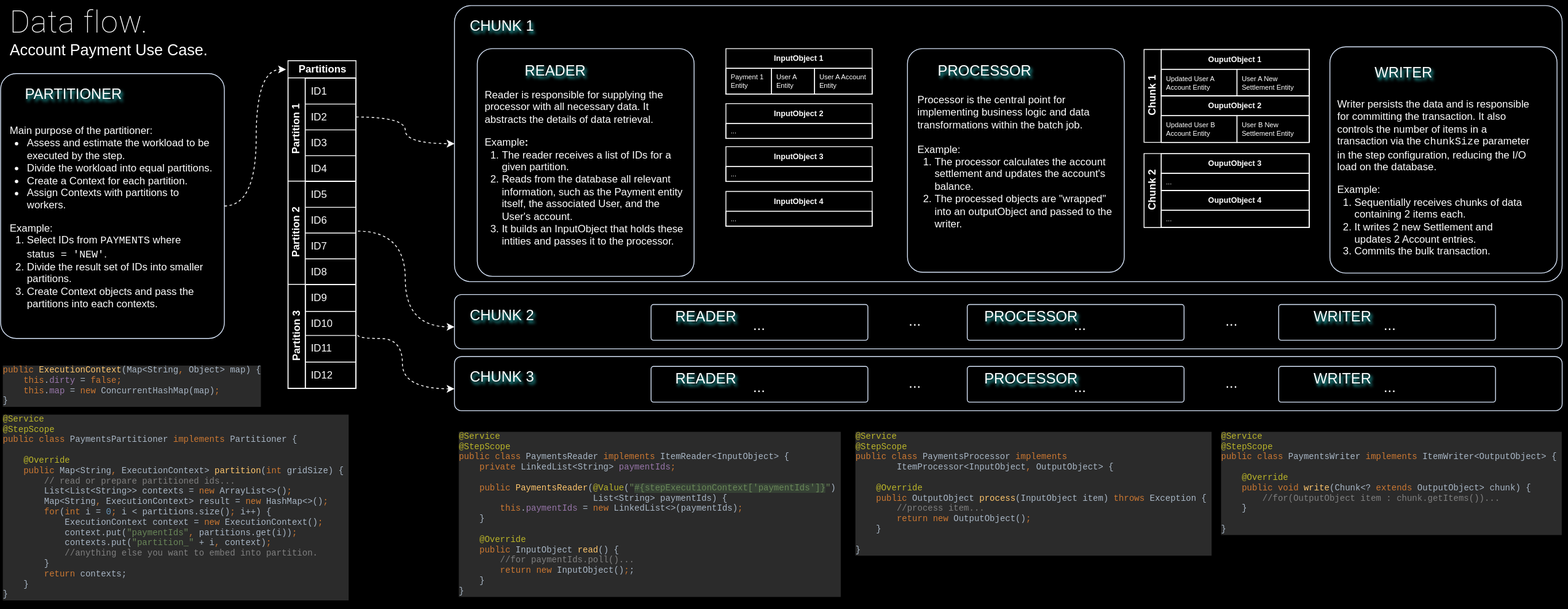
gsaukov/spring-batch-demo keeps this draw.io diagram as public/images/spring-batch-data-flow.drawio.svg. Above is the earlier version. Source tidied: cells renumbered, new cells last; positions are measured from the earlier drawing's top-left corner, leaving out a move shared by most shapes.
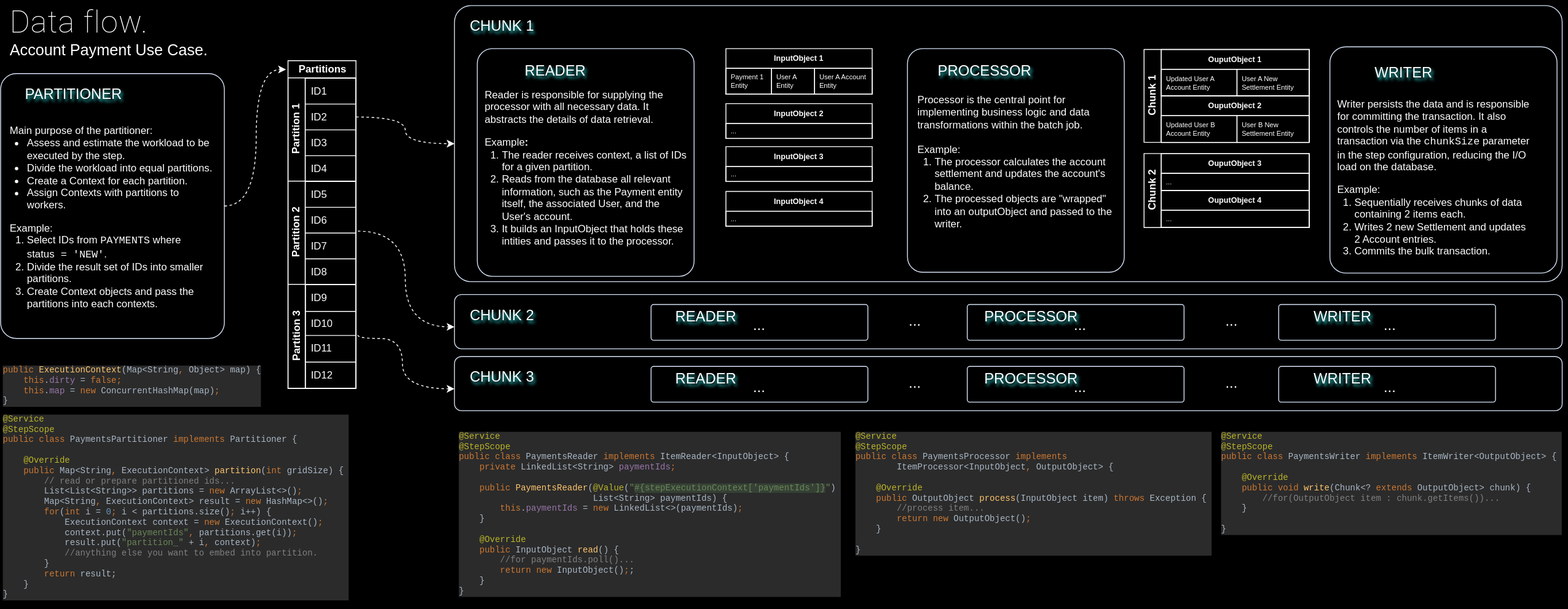
Above is the later version.

Diff of the diagram source:
```diff
@@ -34,3 +34,3 @@
     </mxCell>
-    <mxCell id="12" value="&lt;p style=&quot;margin-top: 0px; margin-bottom: 0px;&quot;&gt;&lt;span style=&quot;background-color: initial;&quot;&gt;Writer persists the data and is responsible for committing the transaction. It also controls the number of items in a transaction via the &lt;/span&gt;&lt;code style=&quot;background-color: initial;&quot;&gt;chunkSize&lt;/code&gt;&lt;span style=&quot;background-color: initial;&quot;&gt; parameter in the step configuration, reducing the I/O load on the database.&lt;/span&gt;&lt;br&gt;&lt;/p&gt;&lt;p style=&quot;margin-bottom: 0px;&quot;&gt;Example:&lt;/p&gt;&lt;ol style=&quot;padding-left: 20px; margin-top: 0px; margin-bottom: 0px;&quot;&gt;&lt;li&gt;Sequentially receives chunks of data containing 2 items each.&lt;/li&gt;&lt;li&gt;It writes 2 new Settlement and updates 2 Account entries.&lt;/li&gt;&lt;li&gt;Commits the bulk transaction.&lt;/li&gt;&lt;/ol&gt;" style="text;html=1;whiteSpace=wrap;overflow=hidden;rounded=0;fontColor=#FFFFFF;spacing=0;" parent="1" vertex="1">
+    <mxCell id="12" value="&lt;p style=&quot;margin-top: 0px; margin-bottom: 0px;&quot;&gt;&lt;span style=&quot;background-color: initial;&quot;&gt;Writer persists the data and is responsible for committing the transaction. It also controls the number of items in a transaction via the &lt;/span&gt;&lt;code style=&quot;background-color: initial;&quot;&gt;chunkSize&lt;/code&gt;&lt;span style=&quot;background-color: initial;&quot;&gt; parameter in the step configuration, reducing the I/O load on the database.&lt;/span&gt;&lt;br&gt;&lt;/p&gt;&lt;p style=&quot;margin-bottom: 0px;&quot;&gt;Example:&lt;/p&gt;&lt;ol style=&quot;padding-left: 20px; margin-top: 0px; margin-bottom: 0px;&quot;&gt;&lt;li&gt;Sequentially receives chunks of data containing 2 items each.&lt;/li&gt;&lt;li&gt;Writes 2 new Settlement and updates 2 Account entries.&lt;/li&gt;&lt;li&gt;Commits the bulk transaction.&lt;/li&gt;&lt;/ol&gt;" style="text;html=1;whiteSpace=wrap;overflow=hidden;rounded=0;fontColor=#FFFFFF;spacing=0;" parent="1" vertex="1">
       <mxGeometry x="1554" y="109" width="222" height="200" as="geometry" />
@@ -157,3 +157,3 @@
     </mxCell>
-    <mxCell id="53" value="&lt;p&gt;Reader is responsible for supplying the processor with all necessary data. It abstracts the details of data retrieval.&lt;/p&gt;&lt;p style=&quot;margin-top: 0px; margin-bottom: 0px;&quot;&gt;Example&lt;strong&gt;:&lt;/strong&gt;&lt;/p&gt;&lt;ol style=&quot;padding-left: 20px; margin-top: 0px;&quot;&gt;&lt;li&gt;The reader receives a list of IDs for a given partition.&lt;/li&gt;&lt;li&gt;Reads from the database all relevant information, such as the Payment entity itself, the associated User, and the User's account.&amp;nbsp;&lt;/li&gt;&lt;li&gt;It builds an InputObject&amp;nbsp;that holds these intities and passes it to the processor.&lt;/li&gt;&lt;/ol&gt;" style="text;html=1;whiteSpace=wrap;overflow=hidden;rounded=0;fontColor=#FFFFFF;spacing=0;" parent="50" vertex="1">
+    <mxCell id="53" value="&lt;p&gt;Reader is responsible for supplying the processor with all necessary data. It abstracts the details of data retrieval.&lt;/p&gt;&lt;p style=&quot;margin-top: 0px; margin-bottom: 0px;&quot;&gt;Example&lt;strong&gt;:&lt;/strong&gt;&lt;/p&gt;&lt;ol style=&quot;padding-left: 20px; margin-top: 0px;&quot;&gt;&lt;li&gt;The reader receives context, a list of IDs for a given partition.&lt;/li&gt;&lt;li&gt;Reads from the database all relevant information, such as the Payment entity itself, the associated User, and the User's account.&amp;nbsp;&lt;/li&gt;&lt;li&gt;It builds an InputObject&amp;nbsp;that holds these intities and passes it to the processor.&lt;/li&gt;&lt;/ol&gt;" style="text;html=1;whiteSpace=wrap;overflow=hidden;rounded=0;fontColor=#FFFFFF;spacing=0;" parent="50" vertex="1">
       <mxGeometry x="9" y="30" width="234" height="228" as="geometry" />
@@ -285,3 +285,3 @@
     </mxCell>
-    <mxCell id="93" value="&lt;div style=&quot;background-color: rgb(43, 43, 43); color: rgb(169, 183, 198); font-size: 10px;&quot;&gt;&lt;pre style=&quot;font-family: &amp;quot;JetBrains Mono&amp;quot;, monospace; font-size: 10px;&quot;&gt;&lt;span style=&quot;color: rgb(187, 181, 41); font-size: 10px;&quot;&gt;@Service&lt;br style=&quot;font-size: 10px;&quot;&gt;&lt;/span&gt;&lt;span style=&quot;color: rgb(187, 181, 41); font-size: 10px;&quot;&gt;@StepScope&lt;br style=&quot;font-size: 10px;&quot;&gt;&lt;/span&gt;&lt;span style=&quot;color: rgb(204, 120, 50); font-size: 10px;&quot;&gt;public class &lt;/span&gt;PaymentsPartitioner &lt;span style=&quot;color: rgb(204, 120, 50); font-size: 10px;&quot;&gt;implements &lt;/span&gt;Partitioner {&lt;br style=&quot;font-size: 10px;&quot;&gt;&lt;br style=&quot;font-size: 10px;&quot;&gt;    &lt;span style=&quot;color: rgb(187, 181, 41); font-size: 10px;&quot;&gt;@Override&lt;br style=&quot;font-size: 10px;&quot;&gt;&lt;/span&gt;&lt;span style=&quot;color: rgb(187, 181, 41); font-size: 10px;&quot;&gt;    &lt;/span&gt;&lt;span style=&quot;color: rgb(204, 120, 50); font-size: 10px;&quot;&gt;public &lt;/span&gt;Map&amp;lt;String&lt;span style=&quot;color: rgb(204, 120, 50); font-size: 10px;&quot;&gt;, &lt;/span&gt;ExecutionContext&amp;gt; &lt;span style=&quot;color: rgb(255, 198, 109); font-size: 10px;&quot;&gt;partition&lt;/span&gt;(&lt;span style=&quot;color: rgb(204, 120, 50); font-size: 10px;&quot;&gt;int &lt;/span&gt;gridSize) { &lt;br style=&quot;font-size: 10px;&quot;&gt;        &lt;span style=&quot;color: rgb(128, 128, 128); font-size: 10px;&quot;&gt;// read or prepare partitioned ids...&lt;br style=&quot;font-size: 10px;&quot;&gt;&lt;/span&gt;&lt;span style=&quot;color: rgb(128, 128, 128); font-size: 10px;&quot;&gt;        &lt;/span&gt;List&amp;lt;List&amp;lt;String&amp;gt;&amp;gt; contexts = &lt;span style=&quot;color: rgb(204, 120, 50); font-size: 10px;&quot;&gt;new &lt;/span&gt;ArrayList&amp;lt;&amp;gt;()&lt;span style=&quot;color: rgb(204, 120, 50); font-size: 10px;&quot;&gt;; &lt;br style=&quot;font-size: 10px;&quot;&gt;&lt;/span&gt;&lt;span style=&quot;color: rgb(204, 120, 50); font-size: 10px;&quot;&gt;        &lt;/span&gt;Map&amp;lt;String&lt;span style=&quot;color: rgb(204, 120, 50); font-size: 10px;&quot;&gt;, &lt;/span&gt;ExecutionContext&amp;gt; result = &lt;span style=&quot;color: rgb(204, 120, 50); font-size: 10px;&quot;&gt;new &lt;/span&gt;HashMap&amp;lt;&amp;gt;()&lt;span style=&quot;color: rgb(204, 120, 50); font-size: 10px;&quot;&gt;;&lt;br style=&quot;font-size: 10px;&quot;&gt;&lt;/span&gt;&lt;span style=&quot;color: rgb(204, 120, 50); font-size: 10px;&quot;&gt;        for&lt;/span&gt;(&lt;span style=&quot;color: rgb(204, 120, 50); font-size: 10px;&quot;&gt;int &lt;/span&gt;i = &lt;span style=&quot;color: rgb(104, 151, 187); font-size: 10px;&quot;&gt;0&lt;/span&gt;&lt;span style=&quot;color: rgb(204, 120, 50); font-size: 10px;&quot;&gt;; &lt;/span&gt;i &amp;lt; partitions.size()&lt;span style=&quot;color: rgb(204, 120, 50); font-size: 10px;&quot;&gt;; &lt;/span&gt;i++) {&lt;br style=&quot;font-size: 10px;&quot;&gt;            ExecutionContext context = &lt;span style=&quot;color: rgb(204, 120, 50); font-size: 10px;&quot;&gt;new &lt;/span&gt;ExecutionContext()&lt;span style=&quot;color: rgb(204, 120, 50); font-size: 10px;&quot;&gt;;&lt;br style=&quot;font-size: 10px;&quot;&gt;&lt;/span&gt;&lt;span style=&quot;color: rgb(204, 120, 50); font-size: 10px;&quot;&gt;            &lt;/span&gt;context.put(&lt;span style=&quot;color: rgb(106, 135, 89); font-size: 10px;&quot;&gt;&quot;paymentIds&quot;&lt;/span&gt;&lt;span style=&quot;color: rgb(204, 120, 50); font-size: 10px;&quot;&gt;, &lt;/span&gt;partitions.get(i))&lt;span style=&quot;color: rgb(204, 120, 50); font-size: 10px;&quot;&gt;;&lt;br style=&quot;font-size: 10px;&quot;&gt;&lt;/span&gt;&lt;span style=&quot;color: rgb(204, 120, 50); font-size: 10px;&quot;&gt;            &lt;/span&gt;contexts.put(&lt;span style=&quot;white-space: normal; color: rgb(106, 135, 89); font-size: 10px;&quot;&gt;&quot;partition_&quot; &lt;/span&gt;&lt;span style=&quot;white-space: normal; font-size: 10px;&quot;&gt;+ i&lt;/span&gt;&lt;span style=&quot;white-space: normal; color: rgb(204, 120, 50); font-size: 10px;&quot;&gt;, &lt;/span&gt;&lt;span style=&quot;white-space: normal; font-size: 10px;&quot;&gt;context)&lt;/span&gt;&lt;span style=&quot;white-space: normal; color: rgb(204, 120, 50); font-size: 10px;&quot;&gt;;&lt;/span&gt;&lt;br style=&quot;font-size: 10px;&quot;&gt;&lt;span style=&quot;color: rgb(204, 120, 50); font-size: 10px;&quot;&gt;            &lt;/span&gt;&lt;span style=&quot;color: rgb(128, 128, 128); font-size: 10px;&quot;&gt;//anything else you want to embed into partition.&lt;br style=&quot;font-size: 10px;&quot;&gt;&lt;/span&gt;&lt;span style=&quot;color: rgb(128, 128, 128); font-size: 10px;&quot;&gt;        &lt;/span&gt;}&lt;br style=&quot;font-size: 10px;&quot;&gt;        &lt;span style=&quot;color: rgb(204, 120, 50); font-size: 10px;&quot;&gt;return &lt;/span&gt;contexts;&lt;br style=&quot;font-size: 10px;&quot;&gt;&lt;span style=&quot;color: rgb(204, 120, 50); font-size: 10px;&quot;&gt;    &lt;/span&gt;}&lt;br style=&quot;font-size: 10px;&quot;&gt;}&lt;/pre&gt;&lt;/div&gt;" style="text;whiteSpace=wrap;html=1;fontSize=10;" parent="1" vertex="1">
+    <mxCell id="93" value="&lt;div style=&quot;background-color: rgb(43, 43, 43); color: rgb(169, 183, 198); font-size: 10px;&quot;&gt;&lt;pre style=&quot;font-family: &amp;quot;JetBrains Mono&amp;quot;, monospace; font-size: 10px;&quot;&gt;&lt;span style=&quot;color: rgb(187, 181, 41); font-size: 10px;&quot;&gt;@Service&lt;br style=&quot;font-size: 10px;&quot;&gt;&lt;/span&gt;&lt;span style=&quot;color: rgb(187, 181, 41); font-size: 10px;&quot;&gt;@StepScope&lt;br style=&quot;font-size: 10px;&quot;&gt;&lt;/span&gt;&lt;span style=&quot;color: rgb(204, 120, 50); font-size: 10px;&quot;&gt;public class &lt;/span&gt;PaymentsPartitioner &lt;span style=&quot;color: rgb(204, 120, 50); font-size: 10px;&quot;&gt;implements &lt;/span&gt;Partitioner {&lt;br style=&quot;font-size: 10px;&quot;&gt;&lt;br style=&quot;font-size: 10px;&quot;&gt;    &lt;span style=&quot;color: rgb(187, 181, 41); font-size: 10px;&quot;&gt;@Override&lt;br style=&quot;font-size: 10px;&quot;&gt;&lt;/span&gt;&lt;span style=&quot;color: rgb(187, 181, 41); font-size: 10px;&quot;&gt;    &lt;/span&gt;&lt;span style=&quot;color: rgb(204, 120, 50); font-size: 10px;&quot;&gt;public &lt;/span&gt;Map&amp;lt;String&lt;span style=&quot;color: rgb(204, 120, 50); font-size: 10px;&quot;&gt;, &lt;/span&gt;ExecutionContext&amp;gt; &lt;span style=&quot;color: rgb(255, 198, 109); font-size: 10px;&quot;&gt;partition&lt;/span&gt;(&lt;span style=&quot;color: rgb(204, 120, 50); font-size: 10px;&quot;&gt;int &lt;/span&gt;gridSize) { &lt;br style=&quot;font-size: 10px;&quot;&gt;        &lt;span style=&quot;color: rgb(128, 128, 128); font-size: 10px;&quot;&gt;// read or prepare partitioned ids...&lt;br style=&quot;font-size: 10px;&quot;&gt;&lt;/span&gt;&lt;span style=&quot;color: rgb(128, 128, 128); font-size: 10px;&quot;&gt;        &lt;/span&gt;List&amp;lt;List&amp;lt;String&amp;gt;&amp;gt; partitions = &lt;span style=&quot;color: rgb(204, 120, 50); font-size: 10px;&quot;&gt;new &lt;/span&gt;ArrayList&amp;lt;&amp;gt;()&lt;span style=&quot;color: rgb(204, 120, 50); font-size: 10px;&quot;&gt;; &lt;br style=&quot;font-size: 10px;&quot;&gt;&lt;/span&gt;&lt;span style=&quot;color: rgb(204, 120, 50); font-size: 10px;&quot;&gt;        &lt;/span&gt;Map&amp;lt;String&lt;span style=&quot;color: rgb(204, 120, 50); font-size: 10px;&quot;&gt;, &lt;/span&gt;ExecutionContext&amp;gt; result = &lt;span style=&quot;color: rgb(204, 120, 50); font-size: 10px;&quot;&gt;new &lt;/span&gt;HashMap&amp;lt;&amp;gt;()&lt;span style=&quot;color: rgb(204, 120, 50); font-size: 10px;&quot;&gt;;&lt;br style=&quot;font-size: 10px;&quot;&gt;&lt;/span&gt;&lt;span style=&quot;color: rgb(204, 120, 50); font-size: 10px;&quot;&gt;        for&lt;/span&gt;(&lt;span style=&quot;color: rgb(204, 120, 50); font-size: 10px;&quot;&gt;int &lt;/span&gt;i = &lt;span style=&quot;color: rgb(104, 151, 187); font-size: 10px;&quot;&gt;0&lt;/span&gt;&lt;span style=&quot;color: rgb(204, 120, 50); font-size: 10px;&quot;&gt;; &lt;/span&gt;i &amp;lt; partitions.size()&lt;span style=&quot;color: rgb(204, 120, 50); font-size: 10px;&quot;&gt;; &lt;/span&gt;i++) {&lt;br style=&quot;font-size: 10px;&quot;&gt;            ExecutionContext context = &lt;span style=&quot;color: rgb(204, 120, 50); font-size: 10px;&quot;&gt;new &lt;/span&gt;ExecutionContext()&lt;span style=&quot;color: rgb(204, 120, 50); font-size: 10px;&quot;&gt;;&lt;br style=&quot;font-size: 10px;&quot;&gt;&lt;/span&gt;&lt;span style=&quot;color: rgb(204, 120, 50); font-size: 10px;&quot;&gt;            &lt;/span&gt;context.put(&lt;span style=&quot;color: rgb(106, 135, 89); font-size: 10px;&quot;&gt;&quot;paymentIds&quot;&lt;/span&gt;&lt;span style=&quot;color: rgb(204, 120, 50); font-size: 10px;&quot;&gt;, &lt;/span&gt;partitions.get(i))&lt;span style=&quot;color: rgb(204, 120, 50); font-size: 10px;&quot;&gt;;&lt;br style=&quot;font-size: 10px;&quot;&gt;&lt;/span&gt;&lt;span style=&quot;color: rgb(204, 120, 50); font-size: 10px;&quot;&gt;            &lt;/span&gt;result.put(&lt;span style=&quot;white-space: normal; color: rgb(106, 135, 89); font-size: 10px;&quot;&gt;&quot;partition_&quot; &lt;/span&gt;&lt;span style=&quot;white-space: normal; font-size: 10px;&quot;&gt;+ i&lt;/span&gt;&lt;span style=&quot;white-space: normal; color: rgb(204, 120, 50); font-size: 10px;&quot;&gt;, &lt;/span&gt;&lt;span style=&quot;white-space: normal; font-size: 10px;&quot;&gt;context)&lt;/span&gt;&lt;span style=&quot;white-space: normal; color: rgb(204, 120, 50); font-size: 10px;&quot;&gt;;&lt;/span&gt;&lt;br style=&quot;font-size: 10px;&quot;&gt;&lt;span style=&quot;color: rgb(204, 120, 50); font-size: 10px;&quot;&gt;            &lt;/span&gt;&lt;span style=&quot;color: rgb(128, 128, 128); font-size: 10px;&quot;&gt;//anything else you want to embed into partition.&lt;br style=&quot;font-size: 10px;&quot;&gt;&lt;/span&gt;&lt;span style=&quot;color: rgb(128, 128, 128); font-size: 10px;&quot;&gt;        &lt;/span&gt;}&lt;br style=&quot;font-size: 10px;&quot;&gt;        &lt;span style=&quot;color: rgb(204, 120, 50); font-size: 10px;&quot;&gt;return &lt;/span&gt;result;&lt;br style=&quot;font-size: 10px;&quot;&gt;&lt;span style=&quot;color: rgb(204, 120, 50); font-size: 10px;&quot;&gt;    &lt;/span&gt;}&lt;br style=&quot;font-size: 10px;&quot;&gt;}&lt;/pre&gt;&lt;/div&gt;" style="text;whiteSpace=wrap;html=1;fontSize=10;" parent="1" vertex="1">
       <mxGeometry x="1" y="465" width="409" height="234" as="geometry" />
```
